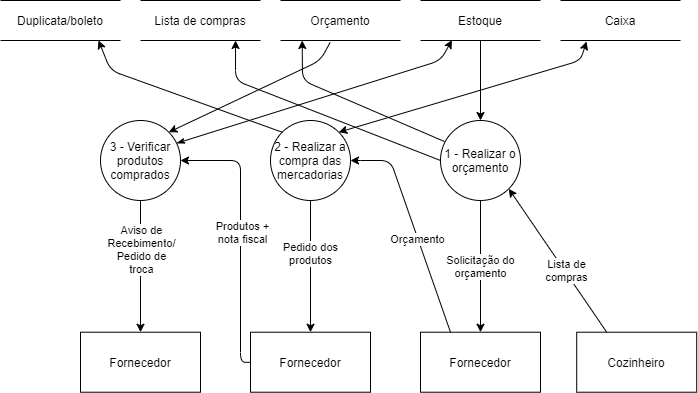
Above: docs/ARTEFATOS(15-23)/COMPRAS/COMPRAR_PRODUTOS/DFD_COMPRAR_PRODUTOS.png in Darienzo08/ope_ads (draw.io), before the change. Source tidied: cells renumbered, new cells last; positions are measured from the earlier drawing's top-left corner, leaving out a move shared by most shapes. Its diagram source:
```xml
<mxGraphModel>
  <root>
    <mxCell id="0" />
    <mxCell id="1" parent="0" />
    <mxCell id="2" value="Lista de compras" style="shape=partialRectangle;whiteSpace=wrap;html=1;left=0;right=0;fillColor=none;" parent="1" vertex="1">
      <mxGeometry x="140" width="120" height="40" as="geometry" />
    </mxCell>
    <mxCell id="3" value="Orçamento" style="shape=partialRectangle;whiteSpace=wrap;html=1;left=0;right=0;fillColor=none;" parent="1" vertex="1">
      <mxGeometry x="280" width="120" height="40" as="geometry" />
    </mxCell>
    <mxCell id="4" style="edgeStyle=orthogonalEdgeStyle;rounded=0;jettySize=auto;html=1;" parent="1" edge="1" source="5" target="9">
      <mxGeometry relative="1" as="geometry" />
    </mxCell>
    <mxCell id="5" value="Estoque" style="shape=partialRectangle;whiteSpace=wrap;html=1;left=0;right=0;fillColor=none;" parent="1" vertex="1">
      <mxGeometry x="420" width="120" height="40" as="geometry" />
    </mxCell>
    <mxCell id="6" value="Duplicata/boleto" style="shape=partialRectangle;whiteSpace=wrap;html=1;left=0;right=0;fillColor=none;" parent="1" vertex="1">
      <mxGeometry width="120" height="40" as="geometry" />
    </mxCell>
    <mxCell id="7" value="Caixa" style="shape=partialRectangle;whiteSpace=wrap;html=1;left=0;right=0;fillColor=none;" parent="1" vertex="1">
      <mxGeometry x="560" width="120" height="40" as="geometry" />
    </mxCell>
    <mxCell id="8" value="Solicitação do&lt;br&gt;orçamento" style="edgeStyle=orthogonalEdgeStyle;rounded=0;jettySize=auto;html=1;" parent="1" edge="1" source="9" target="15">
      <mxGeometry relative="1" as="geometry" />
    </mxCell>
    <mxCell id="9" value="1 - Realizar o&lt;br&gt;orçamento" style="ellipse;whiteSpace=wrap;html=1;" parent="1" vertex="1">
      <mxGeometry x="440" y="120" width="80" height="80" as="geometry" />
    </mxCell>
    <mxCell id="10" value="Cozinheiro" style="rounded=0;whiteSpace=wrap;html=1;" parent="1" vertex="1">
      <mxGeometry x="576.2" y="331.7" width="120" height="60" as="geometry" />
    </mxCell>
    <mxCell id="11" style="endArrow=classic;html=1;exitX=0.25;exitY=0;exitDx=0;exitDy=0;entryX=1;entryY=1;entryDx=0;entryDy=0;" parent="1" edge="1" source="10" target="9">
      <mxGeometry relative="1" as="geometry" />
    </mxCell>
    <mxCell id="12" value="Lista de&lt;br&gt;compras" style="edgeLabel;html=1;align=center;verticalAlign=middle;" parent="11" vertex="1">
      <mxGeometry x="0.26" y="1" relative="1" as="geometry">
        <mxPoint x="21.6" y="26.9" as="offset" />
      </mxGeometry>
    </mxCell>
    <mxCell id="13" style="endArrow=classic;html=1;entryX=0.792;entryY=1;entryDx=0;entryDy=0;entryPerimeter=0;exitX=0;exitY=0.5;exitDx=0;exitDy=0;" parent="1" edge="1" source="9" target="2">
      <mxGeometry relative="1" as="geometry">
        <Array as="points">
          <mxPoint x="235" y="80" />
        </Array>
      </mxGeometry>
    </mxCell>
    <mxCell id="14" style="endArrow=classic;html=1;entryX=0.181;entryY=1;entryDx=0;entryDy=0;entryPerimeter=0;exitX=0.05;exitY=0.263;exitDx=0;exitDy=0;exitPerimeter=0;" parent="1" edge="1" source="9" target="3">
      <mxGeometry relative="1" as="geometry">
        <Array as="points">
          <mxPoint x="302" y="80" />
        </Array>
      </mxGeometry>
    </mxCell>
    <mxCell id="15" value="Fornecedor" style="rounded=0;whiteSpace=wrap;html=1;" parent="1" vertex="1">
      <mxGeometry x="420" y="331.7" width="120" height="60" as="geometry" />
    </mxCell>
    <mxCell id="16" style="endArrow=classic;html=1;entryX=1;entryY=0.5;entryDx=0;entryDy=0;exitX=0.25;exitY=0;exitDx=0;exitDy=0;" parent="1" edge="1" source="15" target="20">
      <mxGeometry relative="1" as="geometry">
        <Array as="points">
          <mxPoint x="390" y="160" />
          <mxPoint x="350" y="160" />
        </Array>
      </mxGeometry>
    </mxCell>
    <mxCell id="17" value="Orçamento" style="edgeLabel;html=1;align=center;verticalAlign=middle;" parent="16" vertex="1">
      <mxGeometry x="-0.11" y="1" relative="1" as="geometry" />
    </mxCell>
    <mxCell id="18" style="edgeStyle=orthogonalEdgeStyle;rounded=0;jettySize=auto;html=1;entryX=0.5;entryY=0;entryDx=0;entryDy=0;" parent="1" edge="1" source="20" target="21">
      <mxGeometry relative="1" as="geometry" />
    </mxCell>
    <mxCell id="19" value="Pedido dos&lt;br&gt;produtos" style="edgeLabel;html=1;align=center;verticalAlign=middle;" parent="18" vertex="1">
      <mxGeometry x="-0.22" y="-1" relative="1" as="geometry" />
    </mxCell>
    <mxCell id="20" value="2 - Realizar a compra das mercadorias" style="ellipse;whiteSpace=wrap;html=1;" parent="1" vertex="1">
      <mxGeometry x="270" y="120" width="80" height="80" as="geometry" />
    </mxCell>
    <mxCell id="21" value="Fornecedor" style="rounded=0;whiteSpace=wrap;html=1;" parent="1" vertex="1">
      <mxGeometry x="250" y="331.7" width="120" height="60" as="geometry" />
    </mxCell>
    <mxCell id="22" style="endArrow=classic;html=1;exitX=0;exitY=0.5;exitDx=0;exitDy=0;entryX=1;entryY=0.5;entryDx=0;entryDy=0;" parent="1" edge="1" source="21" target="26">
      <mxGeometry relative="1" as="geometry">
        <Array as="points">
          <mxPoint x="240" y="362" />
          <mxPoint x="240" y="160" />
        </Array>
      </mxGeometry>
    </mxCell>
    <mxCell id="23" value="Produtos +&lt;br&gt;nota fiscal" style="edgeLabel;html=1;align=center;verticalAlign=middle;" parent="22" vertex="1">
      <mxGeometry x="0.27" y="-1" relative="1" as="geometry">
        <mxPoint y="32" as="offset" />
      </mxGeometry>
    </mxCell>
    <mxCell id="24" style="endArrow=classic;html=1;exitX=1;exitY=0;exitDx=0;exitDy=0;entryX=0.217;entryY=1.025;entryDx=0;entryDy=0;entryPerimeter=0;startArrow=classic;startFill=1;" parent="1" edge="1" source="20" target="7">
      <mxGeometry relative="1" as="geometry">
        <Array as="points">
          <mxPoint x="580" y="60" />
        </Array>
      </mxGeometry>
    </mxCell>
    <mxCell id="25" style="endArrow=classic;html=1;entryX=0.817;entryY=1;entryDx=0;entryDy=0;entryPerimeter=0;exitX=0;exitY=0;exitDx=0;exitDy=0;" parent="1" edge="1" source="20" target="6">
      <mxGeometry relative="1" as="geometry">
        <Array as="points">
          <mxPoint x="110" y="70" />
        </Array>
      </mxGeometry>
    </mxCell>
    <mxCell id="26" value="3 - Verificar&lt;br&gt;produtos&lt;br&gt;comprados" style="ellipse;whiteSpace=wrap;html=1;" parent="1" vertex="1">
      <mxGeometry x="100" y="120" width="80" height="80" as="geometry" />
    </mxCell>
    <mxCell id="27" value="Fornecedor" style="rounded=0;whiteSpace=wrap;html=1;" parent="1" vertex="1">
      <mxGeometry x="80" y="331.7" width="120" height="60" as="geometry" />
    </mxCell>
    <mxCell id="28" style="endArrow=classic;html=1;exitX=0.413;exitY=1.05;exitDx=0;exitDy=0;entryX=1;entryY=0;entryDx=0;entryDy=0;exitPerimeter=0;" parent="1" edge="1" source="3" target="26">
      <mxGeometry relative="1" as="geometry">
        <Array as="points">
          <mxPoint x="320" y="60" />
        </Array>
      </mxGeometry>
    </mxCell>
    <mxCell id="29" style="endArrow=classic;html=1;exitX=0.95;exitY=0.285;exitDx=0;exitDy=0;exitPerimeter=0;entryX=0.262;entryY=0.992;entryDx=0;entryDy=0;entryPerimeter=0;startArrow=classicThin;startFill=1;" parent="1" edge="1" source="26" target="5">
      <mxGeometry relative="1" as="geometry">
        <Array as="points">
          <mxPoint x="440" y="60" />
        </Array>
      </mxGeometry>
    </mxCell>
    <mxCell id="30" style="endArrow=classic;html=1;exitX=0.5;exitY=1;exitDx=0;exitDy=0;entryX=0.5;entryY=0;entryDx=0;entryDy=0;" parent="1" edge="1" source="26" target="27">
      <mxGeometry relative="1" as="geometry" />
    </mxCell>
    <mxCell id="31" value="Aviso de&lt;br&gt;Recebimento/&lt;br&gt;Pedido de&lt;br&gt;troca" style="edgeLabel;html=1;align=center;verticalAlign=middle;" parent="30" vertex="1">
      <mxGeometry x="-0.28" relative="1" as="geometry" />
    </mxCell>
  </root>
</mxGraphModel>
```
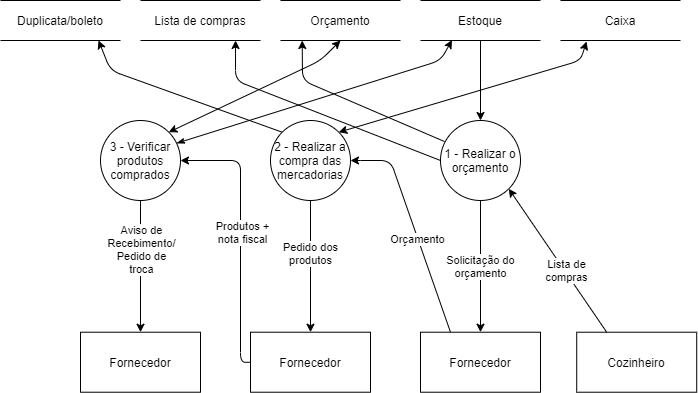
After the change.

Commit message:
gerenciar-comprar produtos

Change to the diagram source:
```diff
@@ -110,7 +110,7 @@
     <mxCell id="27" value="Fornecedor" style="rounded=0;whiteSpace=wrap;html=1;" parent="1" vertex="1">
       <mxGeometry x="80" y="331.7" width="120" height="60" as="geometry" />
     </mxCell>
-    <mxCell id="28" style="endArrow=classic;html=1;exitX=0.413;exitY=1.05;exitDx=0;exitDy=0;entryX=1;entryY=0;entryDx=0;entryDy=0;exitPerimeter=0;" parent="1" edge="1" source="3" target="26">
+    <mxCell id="28" style="endArrow=classic;html=1;exitX=0.5;exitY=1;exitDx=0;exitDy=0;entryX=1;entryY=0;entryDx=0;entryDy=0;startArrow=classic;startFill=1;" parent="1" edge="1" source="3" target="26">
       <mxGeometry relative="1" as="geometry">
         <Array as="points">
           <mxPoint x="320" y="60" />
```
